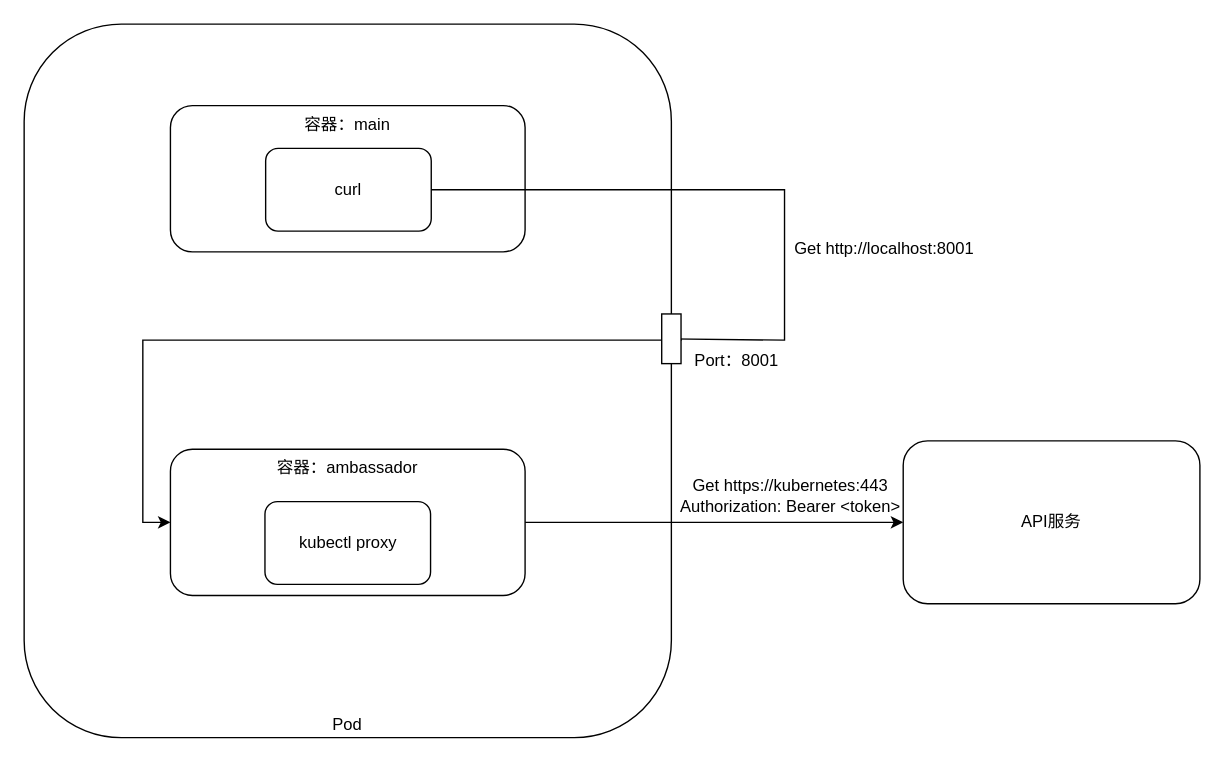
The draw.io diagram ambassador容器使用.drawio in AYO-Al/draw, before the edit. Source tidied: cells renumbered, new cells numbered last; positions are measured from the earlier drawing's top-left corner, leaving out a move shared by most shapes. Both pictures are drawn from the tidied source at 138%, with x=0, y=0 at pixel (23, 23).
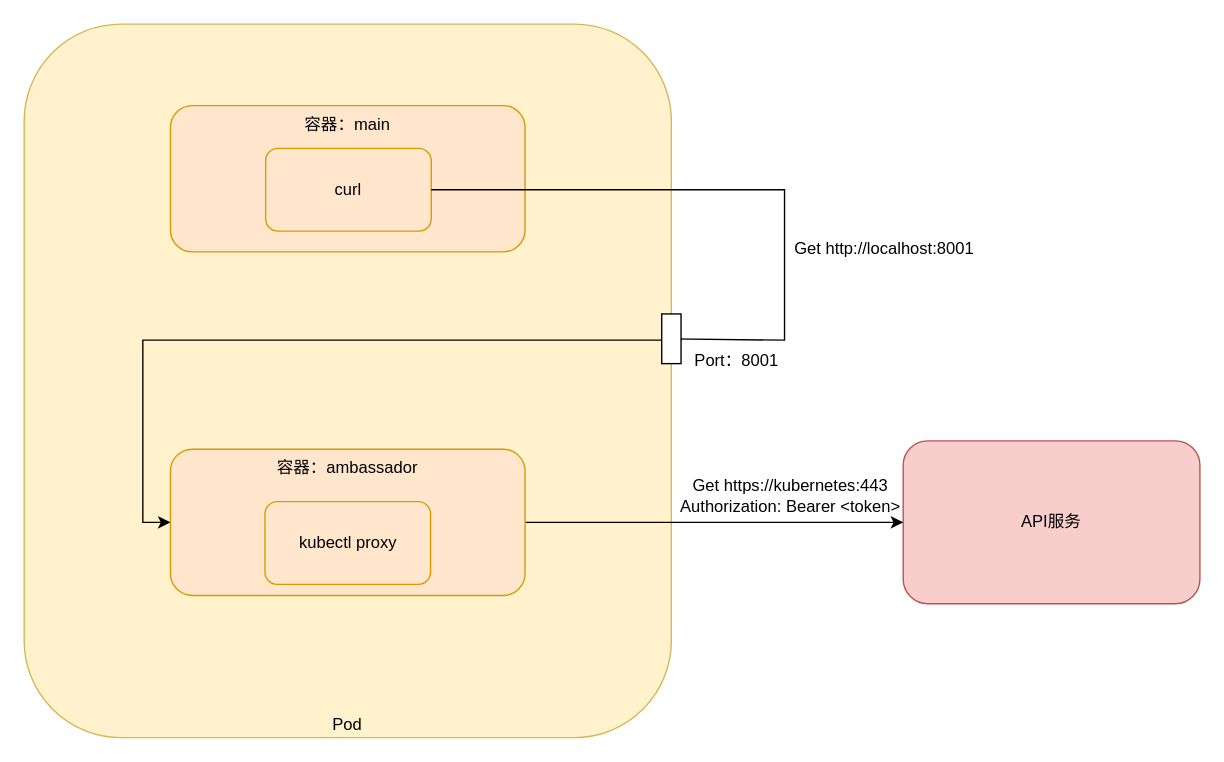
Above is the later version.

Commit message (it also covers changes not shown here):
更新ambassador容器使用.drawio

What changed in the source:
```diff
@@
 <mxGraphModel>
   <root>
     <mxCell id="0" />
     <mxCell id="1" parent="0" />
-    <mxCell id="2" value="Pod" style="rounded=1;whiteSpace=wrap;html=1;verticalAlign=bottom;" parent="1" vertex="1">
+    <mxCell id="2" value="Pod" style="rounded=1;whiteSpace=wrap;html=1;verticalAlign=bottom;fillColor=#fff2cc;strokeColor=#d6b656;" parent="1" vertex="1">
       <mxGeometry width="469" height="517" as="geometry" />
     </mxCell>
-    <mxCell id="3" value="API服务" style="rounded=1;whiteSpace=wrap;html=1;" parent="1" vertex="1">
+    <mxCell id="3" value="API服务" style="rounded=1;whiteSpace=wrap;html=1;fillColor=#f8cecc;strokeColor=#b85450;" parent="1" vertex="1">
       <mxGeometry x="637" y="302" width="215" height="118" as="geometry" />
     </mxCell>
-    <mxCell id="4" value="容器：main" style="rounded=1;whiteSpace=wrap;html=1;verticalAlign=top;" parent="1" vertex="1">
+    <mxCell id="4" value="容器：main" style="rounded=1;whiteSpace=wrap;html=1;verticalAlign=top;fillColor=#ffe6cc;strokeColor=#d79b00;" parent="1" vertex="1">
       <mxGeometry x="106" y="59" width="257" height="106" as="geometry" />
     </mxCell>
     <mxCell id="5" style="edgeStyle=orthogonalEdgeStyle;rounded=0;jettySize=auto;html=1;" parent="1" edge="1" source="6" target="3">
       <mxGeometry relative="1" as="geometry" />
     </mxCell>
-    <mxCell id="6" value="容器：ambassador" style="rounded=1;whiteSpace=wrap;html=1;verticalAlign=top;" parent="1" vertex="1">
+    <mxCell id="6" value="容器：ambassador" style="rounded=1;whiteSpace=wrap;html=1;verticalAlign=top;fillColor=#ffe6cc;strokeColor=#d79b00;" parent="1" vertex="1">
       <mxGeometry x="106" y="308" width="257" height="106" as="geometry" />
     </mxCell>
     <mxCell id="7" style="edgeStyle=orthogonalEdgeStyle;rounded=0;jettySize=auto;html=1;exitX=1;exitY=0.5;exitDx=0;exitDy=0;entryX=0;entryY=0.5;entryDx=0;entryDy=0;" parent="1" edge="1" source="11" target="6">
       <mxGeometry relative="1" as="geometry">
         <Array as="points">
           <mxPoint x="86" y="229" />
           <mxPoint x="86" y="361" />
         </Array>
       </mxGeometry>
     </mxCell>
-    <mxCell id="8" value="curl" style="rounded=1;whiteSpace=wrap;html=1;" parent="1" vertex="1">
+    <mxCell id="8" value="curl" style="rounded=1;whiteSpace=wrap;html=1;fillColor=#ffe6cc;strokeColor=#d79b00;" parent="1" vertex="1">
       <mxGeometry x="175" y="90" width="120" height="60" as="geometry" />
     </mxCell>
-    <mxCell id="9" value="kubectl proxy" style="rounded=1;whiteSpace=wrap;html=1;" parent="1" vertex="1">
+    <mxCell id="9" value="kubectl proxy" style="rounded=1;whiteSpace=wrap;html=1;fillColor=#ffe6cc;strokeColor=#d79b00;" parent="1" vertex="1">
       <mxGeometry x="174.5" y="346" width="120" height="60" as="geometry" />
     </mxCell>
     <mxCell id="10" style="edgeStyle=orthogonalEdgeStyle;rounded=0;jettySize=auto;html=1;exitX=1;exitY=0.5;exitDx=0;exitDy=0;entryX=0;entryY=0.5;entryDx=0;entryDy=0;" parent="1" edge="1" source="8" target="11">
       <mxGeometry relative="1" as="geometry">
         <Array as="points">
           <mxPoint x="551" y="120" />
           <mxPoint x="551" y="229" />
         </Array>
       </mxGeometry>
     </mxCell>
     <mxCell id="11" style="rounded=0;whiteSpace=wrap;html=1;" parent="1" vertex="1">
       <mxGeometry x="462" y="210" width="14" height="36" as="geometry" />
     </mxCell>
     <mxCell id="12" value="Port：8001" style="text;html=1;align=center;verticalAlign=middle;strokeColor=none;fillColor=none;" parent="1" vertex="1">
       <mxGeometry x="476" y="231" width="79" height="26" as="geometry" />
     </mxCell>
     <mxCell id="13" value="Get http://localhost:8001" style="text;html=1;align=center;verticalAlign=middle;strokeColor=none;fillColor=none;" parent="1" vertex="1">
       <mxGeometry x="549" y="150" width="148" height="26" as="geometry" />
     </mxCell>
     <mxCell id="14" value="Get https://kubernetes:443&lt;div&gt;Authorization: Bearer &amp;lt;token&amp;gt;&lt;/div&gt;" style="text;html=1;align=center;verticalAlign=middle;strokeColor=none;fillColor=none;" parent="1" vertex="1">
       <mxGeometry x="466" y="321" width="177" height="41" as="geometry" />
     </mxCell>
   </root>
 </mxGraphModel>
```
